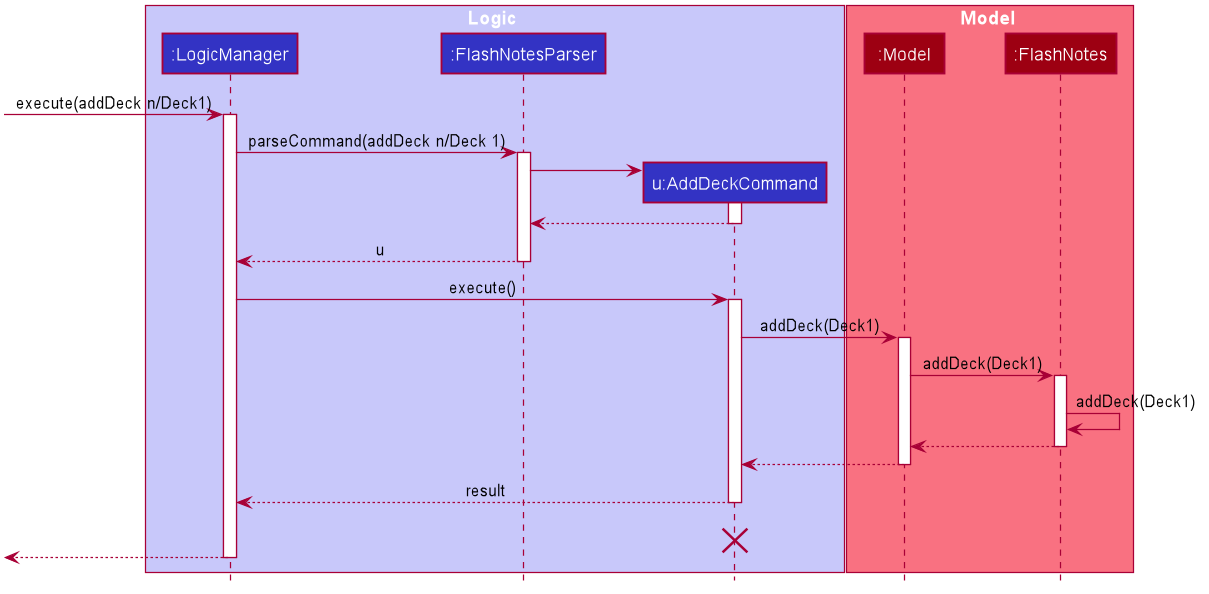
Before: docs/images/AddDeckSequenceDiagram.png, a diagram exported from PlantUML (rachel170/tp).
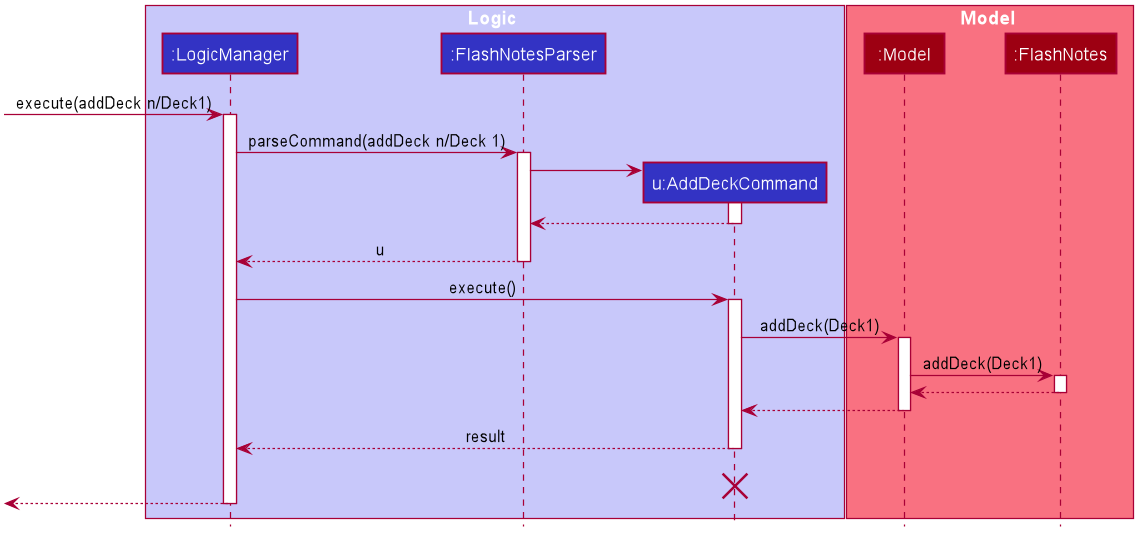
After the commit.

The edit, as a diff of the source:
```diff
@@ -83,7 +83,6 @@
 Model -> FlashNotes : addDeck(Deck1)
 activate FlashNotes
 
-FlashNotes -> FlashNotes :addDeck(Deck1)
 FlashNotes --> Model :
 deactivate FlashNotes
 
```
